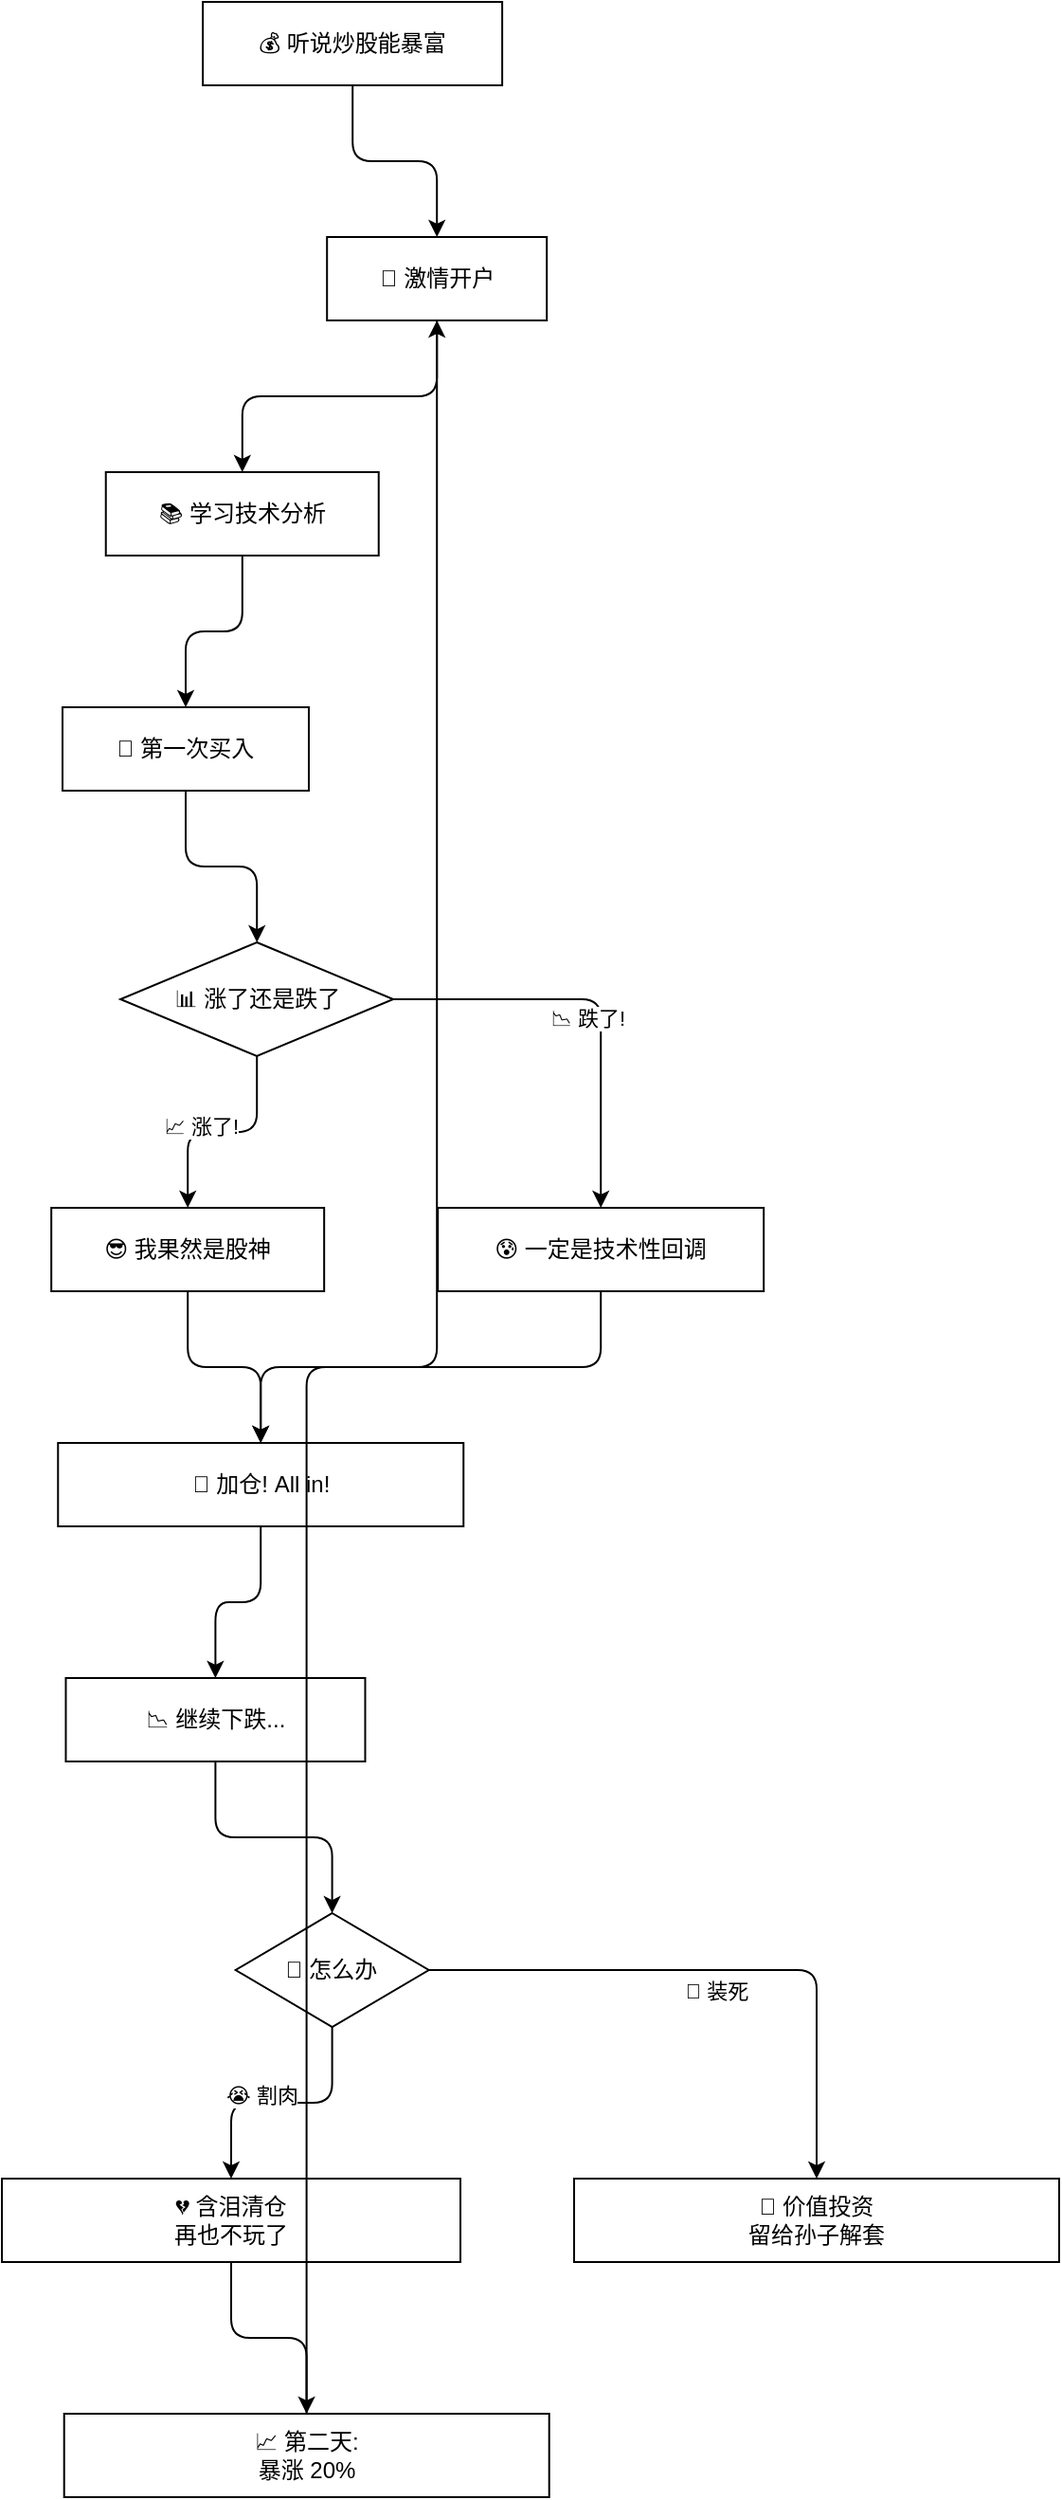
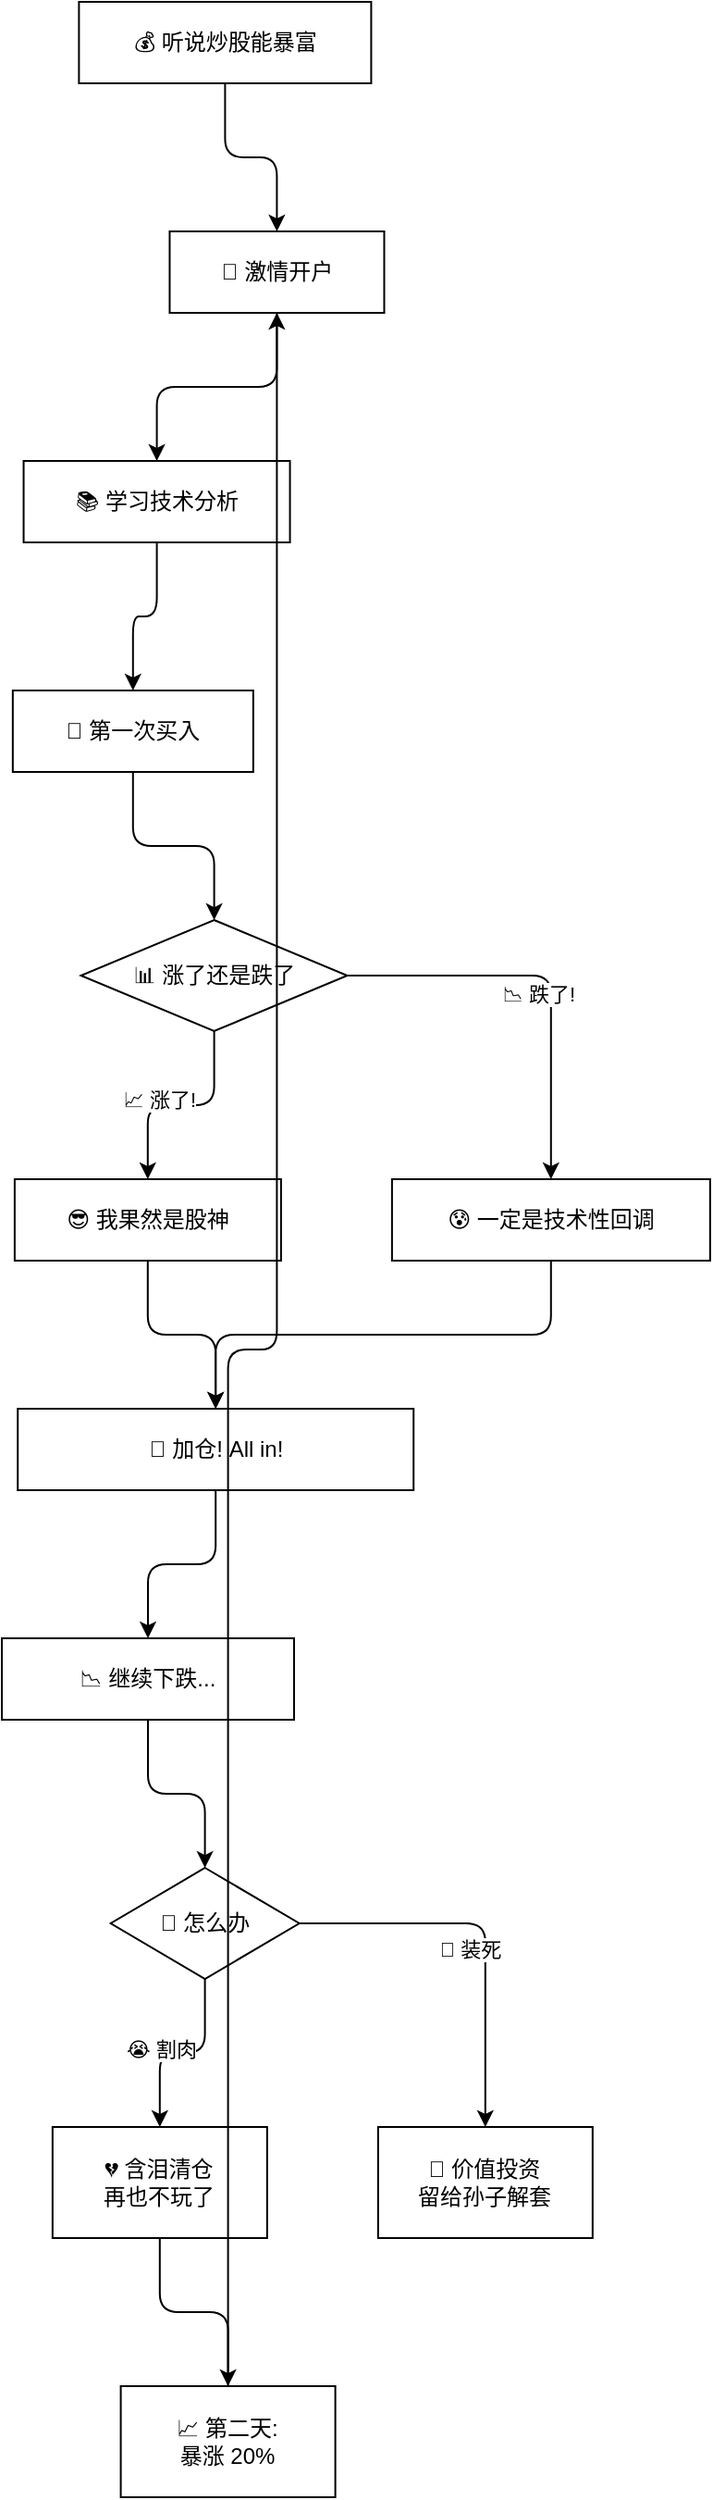
<mxfile host="graphmcp" agent="graphmcp/1.0" type="device">
-   <diagram name="stock-journey" id="gti8xmc4ge3a1r">
+   <diagram name="stock-journey" id="gti9b6gk5bx93i">
    <mxGraphModel dx="800" dy="600" grid="1" gridSize="10" guides="1" tooltips="1" connect="1" arrows="1" fold="1" page="1" pageScale="1" pageWidth="1169" pageHeight="826" math="0" shadow="0">
      <root>
        <mxCell id="0"/>
        <mxCell id="1" parent="0"/>
        <mxCell id="A" value="💰 听说炒股能暴富" style="rounded=0;whiteSpace=wrap;html=1;" vertex="1" parent="1">
-           <mxGeometry x="126.057" y="20" width="158" height="44" as="geometry"/>
+           <mxGeometry x="61.6944" y="20" width="158" height="44" as="geometry"/>
        </mxCell>
        <mxCell id="B" value="📝 激情开户" style="rounded=0;whiteSpace=wrap;html=1;" vertex="1" parent="1">
-           <mxGeometry x="191.596" y="144" width="116" height="44" as="geometry"/>
+           <mxGeometry x="110.742" y="144" width="116" height="44" as="geometry"/>
        </mxCell>
        <mxCell id="C" value="📚 学习技术分析" style="rounded=0;whiteSpace=wrap;html=1;" vertex="1" parent="1">
-           <mxGeometry x="74.8668" y="268" width="144" height="44" as="geometry"/>
+           <mxGeometry x="31.7741" y="268" width="144" height="44" as="geometry"/>
        </mxCell>
        <mxCell id="D" value="🎯 第一次买入" style="rounded=0;whiteSpace=wrap;html=1;" vertex="1" parent="1">
-           <mxGeometry x="51.9889" y="392" width="130" height="44" as="geometry"/>
+           <mxGeometry x="25.9206" y="392" width="130" height="44" as="geometry"/>
        </mxCell>
        <mxCell id="E" value="📊 涨了还是跌了" style="rhombus;whiteSpace=wrap;html=1;" vertex="1" parent="1">
-           <mxGeometry x="82.56" y="516" width="144" height="60" as="geometry"/>
+           <mxGeometry x="62.7657" y="516" width="144" height="60" as="geometry"/>
        </mxCell>
        <mxCell id="F" value="😎 我果然是股神" style="rounded=0;whiteSpace=wrap;html=1;" vertex="1" parent="1">
-           <mxGeometry x="46.0869" y="656" width="144" height="44" as="geometry"/>
+           <mxGeometry x="26.9472" y="656" width="144" height="44" as="geometry"/>
        </mxCell>
        <mxCell id="G" value="😰 一定是技术性回调" style="rounded=0;whiteSpace=wrap;html=1;" vertex="1" parent="1">
-           <mxGeometry x="250.087" y="656" width="172" height="44" as="geometry"/>
+           <mxGeometry x="230.947" y="656" width="172" height="44" as="geometry"/>
        </mxCell>
        <mxCell id="H" value="💸 加仓! All in!" style="rounded=0;whiteSpace=wrap;html=1;" vertex="1" parent="1">
-           <mxGeometry x="49.6256" y="780" width="214" height="44" as="geometry"/>
+           <mxGeometry x="28.6061" y="780" width="214" height="44" as="geometry"/>
        </mxCell>
        <mxCell id="I" value="📉 继续下跌..." style="rounded=0;whiteSpace=wrap;html=1;" vertex="1" parent="1">
-           <mxGeometry x="53.7396" y="904" width="158" height="44" as="geometry"/>
+           <mxGeometry x="20" y="904" width="158" height="44" as="geometry"/>
        </mxCell>
        <mxCell id="J" value="💭 怎么办" style="rhombus;whiteSpace=wrap;html=1;" vertex="1" parent="1">
-           <mxGeometry x="143.336" y="1028" width="102" height="60" as="geometry"/>
+           <mxGeometry x="78.8419" y="1028" width="102" height="60" as="geometry"/>
        </mxCell>
        <mxCell id="K" value="🧘 价值投资&lt;br&gt;留给孙子解套" style="rounded=0;whiteSpace=wrap;html=1;" vertex="1" parent="1">
-           <mxGeometry x="322" y="1168" width="256" height="44" as="geometry"/>
+           <mxGeometry x="223.419" y="1168" width="116" height="60" as="geometry"/>
        </mxCell>
        <mxCell id="L" value="💔 含泪清仓&lt;br&gt;再也不玩了" style="rounded=0;whiteSpace=wrap;html=1;" vertex="1" parent="1">
-           <mxGeometry x="20" y="1168" width="242" height="44" as="geometry"/>
+           <mxGeometry x="47.4189" y="1168" width="116" height="60" as="geometry"/>
        </mxCell>
        <mxCell id="M" value="📈 第二天:&lt;br&gt;暴涨 20%" style="rounded=0;whiteSpace=wrap;html=1;" vertex="1" parent="1">
-           <mxGeometry x="52.8492" y="1292" width="256" height="44" as="geometry"/>
+           <mxGeometry x="84.2954" y="1308" width="116" height="60" as="geometry"/>
        </mxCell>
        <mxCell id="edge1" value="" style="edgeStyle=orthogonalEdgeStyle;rounded=1;html=1;" edge="1" parent="1" source="A" target="B">
          <mxGeometry relative="1" as="geometry">
          </mxGeometry>
        </mxCell>
        <mxCell id="edge2" value="" style="edgeStyle=orthogonalEdgeStyle;rounded=1;html=1;" edge="1" parent="1" source="B" target="C">
          <mxGeometry relative="1" as="geometry">
          </mxGeometry>
        </mxCell>
        <mxCell id="edge3" value="" style="edgeStyle=orthogonalEdgeStyle;rounded=1;html=1;" edge="1" parent="1" source="C" target="D">
          <mxGeometry relative="1" as="geometry">
          </mxGeometry>
        </mxCell>
        <mxCell id="edge4" value="" style="edgeStyle=orthogonalEdgeStyle;rounded=1;html=1;" edge="1" parent="1" source="D" target="E">
          <mxGeometry relative="1" as="geometry">
          </mxGeometry>
        </mxCell>
        <mxCell id="edge5" value="📈 涨了!" style="edgeStyle=orthogonalEdgeStyle;rounded=1;html=1;" edge="1" parent="1" source="E" target="F">
          <mxGeometry relative="1" as="geometry">
-             <mxPoint x="-11.5666" y="-3.19598" as="offset"/>
+             <mxPoint x="-11.5812" y="-3.14259" as="offset"/>
          </mxGeometry>
        </mxCell>
        <mxCell id="edge6" value="📉 跌了!" style="edgeStyle=orthogonalEdgeStyle;rounded=1;html=1;" edge="1" parent="1" source="E" target="G">
          <mxGeometry relative="1" as="geometry">
-             <mxPoint x="-7.05738" y="9.70533" as="offset"/>
+             <mxPoint x="-7.04076" y="9.71739" as="offset"/>
          </mxGeometry>
        </mxCell>
        <mxCell id="edge7" value="" style="edgeStyle=orthogonalEdgeStyle;rounded=1;html=1;" edge="1" parent="1" source="F" target="H">
          <mxGeometry relative="1" as="geometry">
          </mxGeometry>
        </mxCell>
        <mxCell id="edge8" value="" style="edgeStyle=orthogonalEdgeStyle;rounded=1;html=1;" edge="1" parent="1" source="G" target="H">
          <mxGeometry relative="1" as="geometry">
          </mxGeometry>
        </mxCell>
        <mxCell id="edge9" value="" style="edgeStyle=orthogonalEdgeStyle;rounded=1;html=1;" edge="1" parent="1" source="H" target="I">
          <mxGeometry relative="1" as="geometry">
          </mxGeometry>
        </mxCell>
        <mxCell id="edge10" value="" style="edgeStyle=orthogonalEdgeStyle;rounded=1;html=1;" edge="1" parent="1" source="I" target="J">
          <mxGeometry relative="1" as="geometry">
          </mxGeometry>
        </mxCell>
        <mxCell id="edge11" value="😤 装死" style="edgeStyle=orthogonalEdgeStyle;rounded=1;html=1;" edge="1" parent="1" source="J" target="K">
          <mxGeometry relative="1" as="geometry">
-             <mxPoint x="-5.50518" y="10.6627" as="offset"/>
+             <mxPoint x="-8.14196" y="8.81524" as="offset"/>
          </mxGeometry>
        </mxCell>
        <mxCell id="edge12" value="😭 割肉" style="edgeStyle=orthogonalEdgeStyle;rounded=1;html=1;" edge="1" parent="1" source="J" target="L">
          <mxGeometry relative="1" as="geometry">
-             <mxPoint x="-11.1261" y="-4.49562" as="offset"/>
+             <mxPoint x="-11.8215" y="-2.06226" as="offset"/>
          </mxGeometry>
        </mxCell>
        <mxCell id="edge13" value="" style="edgeStyle=orthogonalEdgeStyle;rounded=1;html=1;" edge="1" parent="1" source="L" target="M">
          <mxGeometry relative="1" as="geometry">
          </mxGeometry>
        </mxCell>
        <mxCell id="edge14" value="" style="edgeStyle=orthogonalEdgeStyle;rounded=1;html=1;" edge="1" parent="1" source="M" target="B">
          <mxGeometry relative="1" as="geometry">
          </mxGeometry>
        </mxCell>
      </root>
    </mxGraphModel>
  </diagram>
</mxfile>
